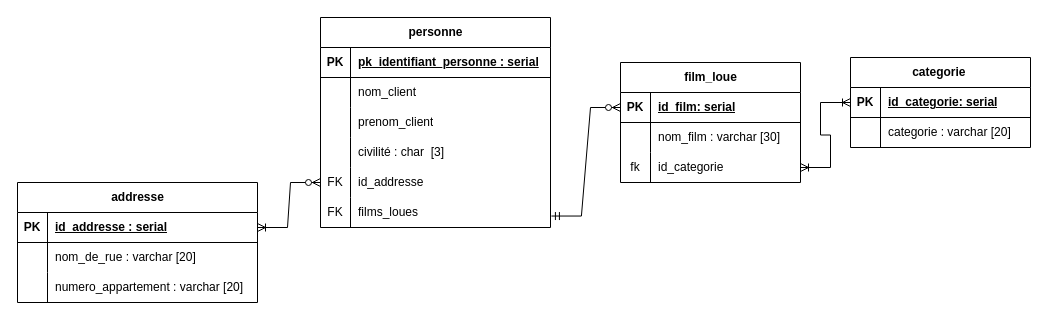
The draw.io diagram Lab 1.drawio in franck-code/tests, before the edit. Source tidied: cells renumbered, new cells numbered last; positions are measured from the earlier drawing's top-left corner, leaving out a move shared by most shapes. Both pictures are drawn from the tidied source at 100%, with x=0, y=0 at pixel (17, -8).
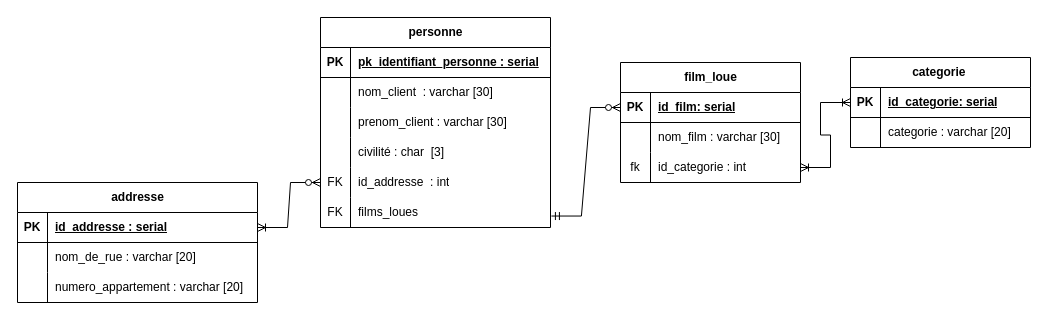
The same diagram, later.

Commit message:
Mettre à jour Lab 1.drawio

The change refers to these unchanged cells:
```xml
<mxCell id="9" style="shape=tableRow;horizontal=0;startSize=0;swimlaneHead=0;swimlaneBody=0;fillColor=none;points=[[0,0.5],[1,0.5]];portConstraint=eastwest;top=0;left=0;right=0;bottom=0;" parent="2" vertex="1">
  <mxGeometry y="90" width="180" height="30" as="geometry" />
</mxCell>
<mxCell id="16" style="shape=tableRow;horizontal=0;startSize=0;swimlaneHead=0;swimlaneBody=0;fillColor=none;top=0;left=0;right=0;bottom=0;" parent="12" vertex="1">
  <mxGeometry y="60" width="230" height="30" as="geometry" />
</mxCell>
<mxCell id="19" style="shape=tableRow;horizontal=0;startSize=0;swimlaneHead=0;swimlaneBody=0;fillColor=none;top=0;left=0;right=0;bottom=0;" parent="12" vertex="1">
  <mxGeometry y="90" width="230" height="30" as="geometry" />
</mxCell>
<mxCell id="25" style="shape=tableRow;horizontal=0;startSize=0;swimlaneHead=0;swimlaneBody=0;fillColor=none;points=[[0,0.5],[1,0.5]];portConstraint=eastwest;top=0;left=0;right=0;bottom=0;" parent="12" vertex="1">
  <mxGeometry y="150" width="230" height="30" as="geometry" />
</mxCell>
```

The edit, as a diff of the source:
```diff
@@
-    <mxCell id="11" value="id_categorie" style="shape=partialRectangle;fillColor=none;top=0;left=0;bottom=0;right=0;align=left;spacingLeft=6;overflow=hidden;whiteSpace=wrap;html=1;" parent="9" vertex="1">
+    <mxCell id="11" value="id_categorie : int" style="shape=partialRectangle;fillColor=none;top=0;left=0;bottom=0;right=0;align=left;spacingLeft=6;overflow=hidden;whiteSpace=wrap;html=1;" parent="9" vertex="1">
       <mxGeometry x="30" width="150" height="30" as="geometry" />
     </mxCell>
@@
-    <mxCell id="18" value="nom_client" style="shape=partialRectangle;fillColor=none;top=0;left=0;bottom=0;right=0;align=left;spacingLeft=6;overflow=hidden;whiteSpace=wrap;html=1;" parent="16" vertex="1">
+    <mxCell id="18" value="nom_client&amp;nbsp;&amp;nbsp;: varchar [30]" style="shape=partialRectangle;fillColor=none;top=0;left=0;bottom=0;right=0;align=left;spacingLeft=6;overflow=hidden;whiteSpace=wrap;html=1;" parent="16" vertex="1">
       <mxGeometry x="30" width="200" height="30" as="geometry" />
     </mxCell>
@@
-    <mxCell id="21" value="prenom_client" style="shape=partialRectangle;fillColor=none;top=0;left=0;bottom=0;right=0;align=left;spacingLeft=6;overflow=hidden;whiteSpace=wrap;html=1;" parent="19" vertex="1">
+    <mxCell id="21" value="prenom_client&amp;nbsp;: varchar [30]" style="shape=partialRectangle;fillColor=none;top=0;left=0;bottom=0;right=0;align=left;spacingLeft=6;overflow=hidden;whiteSpace=wrap;html=1;" parent="19" vertex="1">
       <mxGeometry x="30" width="200" height="30" as="geometry" />
     </mxCell>
@@
-    <mxCell id="27" value="id_addresse" style="shape=partialRectangle;fillColor=none;top=0;left=0;bottom=0;right=0;align=left;spacingLeft=6;overflow=hidden;whiteSpace=wrap;html=1;" parent="25" vertex="1">
+    <mxCell id="27" value="id_addresse&amp;nbsp;&amp;nbsp;: int" style="shape=partialRectangle;fillColor=none;top=0;left=0;bottom=0;right=0;align=left;spacingLeft=6;overflow=hidden;whiteSpace=wrap;html=1;" parent="25" vertex="1">
       <mxGeometry x="30" width="200" height="30" as="geometry" />
     </mxCell>
```
